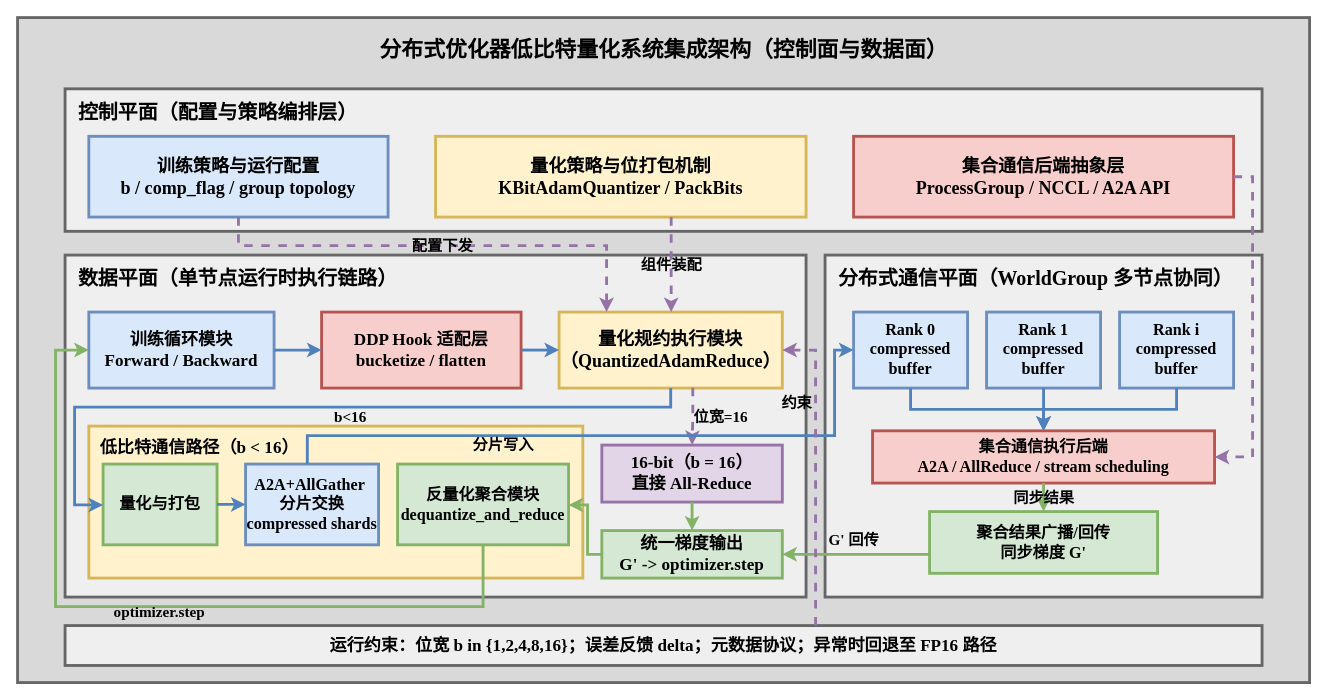
This is image/ch3-kbit-system-architecture.drawio from Aerithy/master-thesis, a draw.io file, before an edit. Source tidied: cells renumbered, new cells numbered last; positions are measured from the earlier drawing's top-left corner, leaving out a move shared by most shapes. Both pictures are drawn from the tidied source at 95%, with x=0, y=0 at pixel (17, 17).
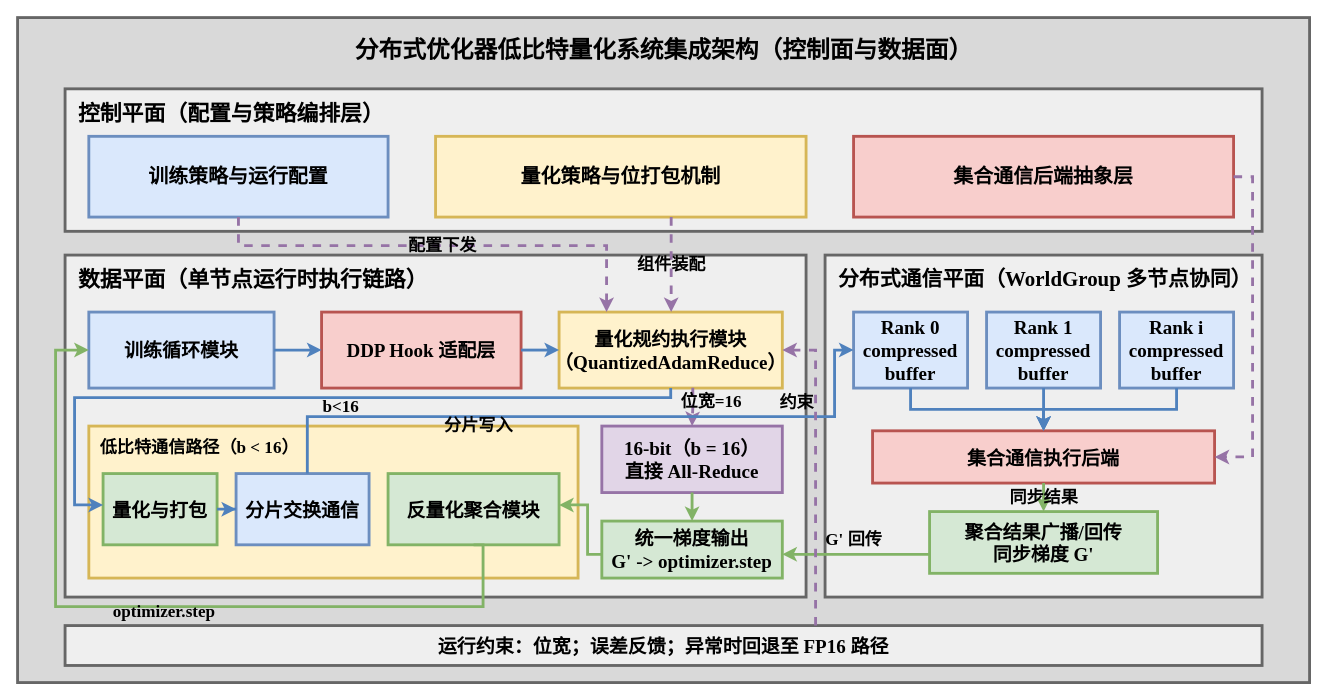
The same diagram, later.

Diff of the diagram source:
```diff
@@
-    <mxCell id="3" value="&lt;b&gt;分布式优化器低比特量化系统集成架构（控制面与数据面）&lt;/b&gt;" style="text;html=1;strokeColor=none;fillColor=none;align=center;verticalAlign=middle;fontSize=23;fontStyle=1;fontFamily=Times New Roman;" parent="1" vertex="1">
+    <mxCell id="3" value="&lt;b&gt;分布式优化器低比特量化系统集成架构（控制面与数据面）&lt;/b&gt;" style="text;html=1;strokeColor=none;fillColor=none;align=center;verticalAlign=middle;fontSize=25;fontStyle=1;fontFamily=Times New Roman;" parent="1" vertex="1">
       <mxGeometry x="70" y="14" width="1220" height="40" as="geometry" />
     </mxCell>
-    <mxCell id="4" value="&lt;b&gt;控制平面（配置与策略编排层）&lt;/b&gt;" style="rounded=0;whiteSpace=wrap;html=1;fillColor=#efefef;strokeColor=#666666;strokeWidth=3;fontFamily=Times New Roman;fontSize=21;fontStyle=1;align=left;verticalAlign=top;spacingTop=6;spacingLeft=12;" parent="1" vertex="1">
+    <mxCell id="4" value="&lt;b&gt;控制平面（配置与策略编排层）&lt;/b&gt;" style="rounded=0;whiteSpace=wrap;html=1;fillColor=#efefef;strokeColor=#666666;strokeWidth=3;fontFamily=Times New Roman;fontSize=23;fontStyle=1;align=left;verticalAlign=top;spacingTop=6;spacingLeft=12;" parent="1" vertex="1">
       <mxGeometry x="50" y="75" width="1260" height="150" as="geometry" />
     </mxCell>
-    <mxCell id="5" value="&lt;b&gt;训练策略与运行配置&lt;/b&gt;&lt;br&gt;b / comp_flag / group topology" style="rounded=0;whiteSpace=wrap;html=1;fillColor=#dae8fc;strokeColor=#6c8ebf;strokeWidth=3;fontFamily=Times New Roman;fontSize=19;fontStyle=1;align=center;" parent="1" vertex="1">
+    <mxCell id="5" value="&lt;b&gt;训练策略与运行配置&lt;/b&gt;" style="rounded=0;whiteSpace=wrap;html=1;fillColor=#dae8fc;strokeColor=#6c8ebf;strokeWidth=3;fontFamily=Times New Roman;fontSize=21;fontStyle=1;align=center;" parent="1" vertex="1">
       <mxGeometry x="75" y="125" width="315" height="85" as="geometry" />
     </mxCell>
-    <mxCell id="6" value="&lt;b&gt;量化策略与位打包机制&lt;/b&gt;&lt;br&gt;KBitAdamQuantizer / PackBits" style="rounded=0;whiteSpace=wrap;html=1;fillColor=#fff2cc;strokeColor=#d6b656;strokeWidth=3;fontFamily=Times New Roman;fontSize=19;fontStyle=1;align=center;" parent="1" vertex="1">
+    <mxCell id="6" value="&lt;b&gt;量化策略与位打包机制&lt;/b&gt;" style="rounded=0;whiteSpace=wrap;html=1;fillColor=#fff2cc;strokeColor=#d6b656;strokeWidth=3;fontFamily=Times New Roman;fontSize=21;fontStyle=1;align=center;" parent="1" vertex="1">
       <mxGeometry x="440" y="125" width="390" height="85" as="geometry" />
     </mxCell>
-    <mxCell id="7" value="&lt;b&gt;集合通信后端抽象层&lt;/b&gt;&lt;br/&gt;ProcessGroup / NCCL / A2A API" style="rounded=0;whiteSpace=wrap;html=1;fillColor=#f8cecc;strokeColor=#b85450;strokeWidth=3;fontFamily=Times New Roman;fontSize=19;fontStyle=1;align=center;" parent="1" vertex="1">
+    <mxCell id="7" value="&lt;b&gt;集合通信后端抽象层&lt;/b&gt;" style="rounded=0;whiteSpace=wrap;html=1;fillColor=#f8cecc;strokeColor=#b85450;strokeWidth=3;fontFamily=Times New Roman;fontSize=21;fontStyle=1;align=center;" parent="1" vertex="1">
       <mxGeometry x="880" y="125" width="400" height="85" as="geometry" />
     </mxCell>
-    <mxCell id="8" value="&lt;b&gt;数据平面（单节点运行时执行链路）&lt;/b&gt;" style="rounded=0;whiteSpace=wrap;html=1;fillColor=#efefef;strokeColor=#666666;strokeWidth=3;fontFamily=Times New Roman;fontSize=21;fontStyle=1;align=left;verticalAlign=top;spacingTop=6;spacingLeft=12;" parent="1" vertex="1">
+    <mxCell id="8" value="&lt;b&gt;数据平面（单节点运行时执行链路）&lt;/b&gt;" style="rounded=0;whiteSpace=wrap;html=1;fillColor=#efefef;strokeColor=#666666;strokeWidth=3;fontFamily=Times New Roman;fontSize=23;fontStyle=1;align=left;verticalAlign=top;spacingTop=6;spacingLeft=12;" parent="1" vertex="1">
       <mxGeometry x="50" y="250" width="780" height="360" as="geometry" />
     </mxCell>
-    <mxCell id="9" value="&lt;b&gt;训练循环模块&lt;/b&gt;&lt;br/&gt;Forward / Backward" style="rounded=0;whiteSpace=wrap;html=1;fillColor=#dae8fc;strokeColor=#6c8ebf;strokeWidth=3;fontFamily=Times New Roman;fontSize=18;fontStyle=1;align=center;" parent="1" vertex="1">
+    <mxCell id="9" value="&lt;b&gt;训练循环模块&lt;/b&gt;" style="rounded=0;whiteSpace=wrap;html=1;fillColor=#dae8fc;strokeColor=#6c8ebf;strokeWidth=3;fontFamily=Times New Roman;fontSize=20;fontStyle=1;align=center;" parent="1" vertex="1">
       <mxGeometry x="75" y="310" width="195" height="80" as="geometry" />
     </mxCell>
-    <mxCell id="10" value="&lt;b&gt;DDP Hook 适配层&lt;/b&gt;&lt;br/&gt;bucketize / flatten" style="rounded=0;whiteSpace=wrap;html=1;fillColor=#f8cecc;strokeColor=#b85450;strokeWidth=3;fontFamily=Times New Roman;fontSize=18;fontStyle=1;align=center;" parent="1" vertex="1">
+    <mxCell id="10" value="&lt;b&gt;DDP Hook 适配层&lt;/b&gt;" style="rounded=0;whiteSpace=wrap;html=1;fillColor=#f8cecc;strokeColor=#b85450;strokeWidth=3;fontFamily=Times New Roman;fontSize=20;fontStyle=1;align=center;" parent="1" vertex="1">
       <mxGeometry x="320" y="310" width="210" height="80" as="geometry" />
     </mxCell>
-    <mxCell id="11" value="&lt;b&gt;量化规约执行模块（QuantizedAdamReduce）&lt;/b&gt;" style="rounded=0;whiteSpace=wrap;html=1;fillColor=#fff2cc;strokeColor=#d6b656;strokeWidth=3;fontFamily=Times New Roman;fontSize=19;fontStyle=1;align=center;" parent="1" vertex="1">
+    <mxCell id="11" value="&lt;b&gt;量化规约执行模块（QuantizedAdamReduce）&lt;/b&gt;" style="rounded=0;whiteSpace=wrap;html=1;fillColor=#fff2cc;strokeColor=#d6b656;strokeWidth=3;fontFamily=Times New Roman;fontSize=20;fontStyle=1;align=center;" parent="1" vertex="1">
       <mxGeometry x="570" y="310" width="235" height="80" as="geometry" />
     </mxCell>
     <mxCell id="12" value="&lt;b&gt;低比特通信路径（b &lt; 16）&lt;/b&gt;" style="rounded=0;whiteSpace=wrap;html=1;fillColor=#fff2cc;strokeColor=#d6b656;strokeWidth=3;fontFamily=Times New Roman;fontSize=18;fontStyle=1;align=left;verticalAlign=top;spacingTop=6;spacingLeft=10;" parent="1" vertex="1">
-      <mxGeometry x="75" y="430" width="520" height="160" as="geometry" />
+      <mxGeometry x="75" y="430" width="515" height="160" as="geometry" />
     </mxCell>
-    <mxCell id="13" value="&lt;b&gt;量化与打包&lt;/b&gt;" style="rounded=0;whiteSpace=wrap;html=1;fillColor=#d5e8d4;strokeColor=#82b366;strokeWidth=3;fontFamily=Times New Roman;fontSize=17;fontStyle=1;align=center;" parent="1" vertex="1">
-      <mxGeometry x="90" y="470" width="120" height="85" as="geometry" />
+    <mxCell id="13" value="&lt;b&gt;量化与打包&lt;/b&gt;" style="rounded=0;whiteSpace=wrap;html=1;fillColor=#d5e8d4;strokeColor=#82b366;strokeWidth=3;fontFamily=Times New Roman;fontSize=20;fontStyle=1;align=center;" parent="1" vertex="1">
+      <mxGeometry x="90" y="480" width="120" height="75" as="geometry" />
     </mxCell>
-    <mxCell id="14" value="&lt;b&gt;A2A+AllGather&amp;nbsp;&lt;/b&gt;&lt;div&gt;&lt;b&gt;分片交换&lt;/b&gt;&lt;br&gt;compressed shards&lt;/div&gt;" style="rounded=0;whiteSpace=wrap;html=1;fillColor=#dae8fc;strokeColor=#6c8ebf;strokeWidth=3;fontFamily=Times New Roman;fontSize=17;fontStyle=1;align=center;" parent="1" vertex="1">
-      <mxGeometry x="240" y="470" width="140" height="85" as="geometry" />
+    <mxCell id="14" value="&lt;div&gt;&lt;b&gt;分片交换通信&lt;/b&gt;&lt;/div&gt;" style="rounded=0;whiteSpace=wrap;html=1;fillColor=#dae8fc;strokeColor=#6c8ebf;strokeWidth=3;fontFamily=Times New Roman;fontSize=20;fontStyle=1;align=center;" parent="1" vertex="1">
+      <mxGeometry x="230" y="480" width="140" height="75" as="geometry" />
     </mxCell>
-    <mxCell id="15" value="&lt;b&gt;反量化聚合模块&lt;/b&gt;&lt;br/&gt;dequantize_and_reduce" style="rounded=0;whiteSpace=wrap;html=1;fillColor=#d5e8d4;strokeColor=#82b366;strokeWidth=3;fontFamily=Times New Roman;fontSize=17;fontStyle=1;align=center;" parent="1" vertex="1">
-      <mxGeometry x="400" y="470" width="180" height="85" as="geometry" />
+    <mxCell id="15" value="&lt;b&gt;反量化聚合模块&lt;/b&gt;" style="rounded=0;whiteSpace=wrap;html=1;fillColor=#d5e8d4;strokeColor=#82b366;strokeWidth=3;fontFamily=Times New Roman;fontSize=20;fontStyle=1;align=center;" parent="1" vertex="1">
+      <mxGeometry x="390" y="480" width="180" height="75" as="geometry" />
     </mxCell>
-    <mxCell id="16" value="&lt;b&gt;16-bit（b = 16）&lt;/b&gt;&lt;br&gt;直接 All-Reduce" style="rounded=0;whiteSpace=wrap;html=1;fillColor=#e1d5e7;strokeColor=#9673a6;strokeWidth=3;fontFamily=Times New Roman;fontSize=18;fontStyle=1;align=center;" parent="1" vertex="1">
-      <mxGeometry x="615" y="450" width="190" height="60" as="geometry" />
+    <mxCell id="16" value="&lt;b&gt;16-bit（b = 16）&lt;/b&gt;&lt;br&gt;直接 All-Reduce" style="rounded=0;whiteSpace=wrap;html=1;fillColor=#e1d5e7;strokeColor=#9673a6;strokeWidth=3;fontFamily=Times New Roman;fontSize=20;fontStyle=1;align=center;" parent="1" vertex="1">
+      <mxGeometry x="615" y="430" width="190" height="70" as="geometry" />
     </mxCell>
-    <mxCell id="17" value="&lt;b&gt;统一梯度输出&lt;/b&gt;&lt;br/&gt;G' -&gt; optimizer.step" style="rounded=0;whiteSpace=wrap;html=1;fillColor=#d5e8d4;strokeColor=#82b366;strokeWidth=3;fontFamily=Times New Roman;fontSize=18;fontStyle=1;align=center;" parent="1" vertex="1">
-      <mxGeometry x="615" y="540" width="190" height="50" as="geometry" />
+    <mxCell id="17" value="&lt;b&gt;统一梯度输出&lt;/b&gt;&lt;br&gt;G' -&amp;gt; optimizer.step" style="rounded=0;whiteSpace=wrap;html=1;fillColor=#d5e8d4;strokeColor=#82b366;strokeWidth=3;fontFamily=Times New Roman;fontSize=20;fontStyle=1;align=center;" parent="1" vertex="1">
+      <mxGeometry x="615" y="530" width="190" height="60" as="geometry" />
     </mxCell>
-    <mxCell id="18" value="&lt;b&gt;分布式通信平面（WorldGroup 多节点协同）&lt;/b&gt;" style="rounded=0;whiteSpace=wrap;html=1;fillColor=#efefef;strokeColor=#666666;strokeWidth=3;fontFamily=Times New Roman;fontSize=21;fontStyle=1;align=left;verticalAlign=top;spacingTop=6;spacingLeft=12;" parent="1" vertex="1">
+    <mxCell id="18" value="&lt;b&gt;分布式通信平面（WorldGroup 多节点协同）&lt;/b&gt;" style="rounded=0;whiteSpace=wrap;html=1;fillColor=#efefef;strokeColor=#666666;strokeWidth=3;fontFamily=Times New Roman;fontSize=22;fontStyle=1;align=left;verticalAlign=top;spacingTop=6;spacingLeft=12;" parent="1" vertex="1">
       <mxGeometry x="850" y="250" width="460" height="360" as="geometry" />
     </mxCell>
-    <mxCell id="19" value="&lt;b&gt;Rank 0&lt;/b&gt;&lt;br/&gt;compressed buffer" style="rounded=0;whiteSpace=wrap;html=1;fillColor=#dae8fc;strokeColor=#6c8ebf;strokeWidth=3;fontFamily=Times New Roman;fontSize=17;fontStyle=1;align=center;" parent="1" vertex="1">
+    <mxCell id="19" value="&lt;b&gt;Rank 0&lt;/b&gt;&lt;br&gt;compressed buffer" style="rounded=0;whiteSpace=wrap;html=1;fillColor=#dae8fc;strokeColor=#6c8ebf;strokeWidth=3;fontFamily=Times New Roman;fontSize=20;fontStyle=1;align=center;" parent="1" vertex="1">
       <mxGeometry x="880" y="310" width="120" height="80" as="geometry" />
     </mxCell>
-    <mxCell id="20" value="&lt;b&gt;Rank 1&lt;/b&gt;&lt;br/&gt;compressed buffer" style="rounded=0;whiteSpace=wrap;html=1;fillColor=#dae8fc;strokeColor=#6c8ebf;strokeWidth=3;fontFamily=Times New Roman;fontSize=17;fontStyle=1;align=center;" parent="1" vertex="1">
+    <mxCell id="20" value="&lt;b&gt;Rank 1&lt;/b&gt;&lt;br&gt;compressed buffer" style="rounded=0;whiteSpace=wrap;html=1;fillColor=#dae8fc;strokeColor=#6c8ebf;strokeWidth=3;fontFamily=Times New Roman;fontSize=20;fontStyle=1;align=center;" parent="1" vertex="1">
       <mxGeometry x="1020" y="310" width="120" height="80" as="geometry" />
     </mxCell>
-    <mxCell id="21" value="&lt;b&gt;Rank i&lt;/b&gt;&lt;br/&gt;compressed buffer" style="rounded=0;whiteSpace=wrap;html=1;fillColor=#dae8fc;strokeColor=#6c8ebf;strokeWidth=3;fontFamily=Times New Roman;fontSize=17;fontStyle=1;align=center;" parent="1" vertex="1">
+    <mxCell id="21" value="&lt;b&gt;Rank i&lt;/b&gt;&lt;br&gt;compressed buffer" style="rounded=0;whiteSpace=wrap;html=1;fillColor=#dae8fc;strokeColor=#6c8ebf;strokeWidth=3;fontFamily=Times New Roman;fontSize=20;fontStyle=1;align=center;" parent="1" vertex="1">
       <mxGeometry x="1160" y="310" width="120" height="80" as="geometry" />
     </mxCell>
-    <mxCell id="22" value="&lt;b&gt;集合通信执行后端&lt;/b&gt;&lt;br/&gt;A2A / AllReduce / stream scheduling" style="rounded=0;whiteSpace=wrap;html=1;fillColor=#f8cecc;strokeColor=#b85450;strokeWidth=3;fontFamily=Times New Roman;fontSize=17;fontStyle=1;align=center;" parent="1" vertex="1">
+    <mxCell id="22" value="&lt;b&gt;集合通信执行后端&lt;/b&gt;" style="rounded=0;whiteSpace=wrap;html=1;fillColor=#f8cecc;strokeColor=#b85450;strokeWidth=3;fontFamily=Times New Roman;fontSize=20;fontStyle=1;align=center;" parent="1" vertex="1">
       <mxGeometry x="900" y="435" width="360" height="55" as="geometry" />
     </mxCell>
-    <mxCell id="23" value="&lt;b&gt;聚合结果广播/回传&lt;/b&gt;&lt;br/&gt;同步梯度 G'" style="rounded=0;whiteSpace=wrap;html=1;fillColor=#d5e8d4;strokeColor=#82b366;strokeWidth=3;fontFamily=Times New Roman;fontSize=17;fontStyle=1;align=center;" parent="1" vertex="1">
+    <mxCell id="23" value="&lt;b&gt;聚合结果广播/回传&lt;/b&gt;&lt;br&gt;同步梯度 G'" style="rounded=0;whiteSpace=wrap;html=1;fillColor=#d5e8d4;strokeColor=#82b366;strokeWidth=3;fontFamily=Times New Roman;fontSize=20;fontStyle=1;align=center;" parent="1" vertex="1">
       <mxGeometry x="960" y="520" width="240" height="65" as="geometry" />
     </mxCell>
-    <mxCell id="24" value="&lt;b&gt;运行约束：位宽 b in {1,2,4,8,16}；误差反馈 delta；元数据协议；异常时回退至 FP16 路径&lt;/b&gt;" style="rounded=0;whiteSpace=wrap;html=1;fillColor=#efefef;strokeColor=#666666;strokeWidth=3;fontFamily=Times New Roman;fontSize=18;fontStyle=1;align=center;" parent="1" vertex="1">
+    <mxCell id="24" value="&lt;b&gt;运行约束：位宽；误差反馈；异常时回退至 FP16 路径&lt;/b&gt;" style="rounded=0;whiteSpace=wrap;html=1;fillColor=#efefef;strokeColor=#666666;strokeWidth=3;fontFamily=Times New Roman;fontSize=20;fontStyle=1;align=center;" parent="1" vertex="1">
       <mxGeometry x="50" y="640" width="1260" height="42" as="geometry" />
     </mxCell>
-    <mxCell id="25" value="&lt;span&gt;配置下发&lt;/span&gt;" style="edgeStyle=orthogonalEdgeStyle;rounded=0;jettySize=auto;html=1;strokeColor=#9673a6;strokeWidth=3;dashed=1;endArrow=classic;fontFamily=Times New Roman;fontSize=16;fontStyle=1;labelBackgroundColor=none;" parent="1" edge="1" source="5" target="11">
+    <mxCell id="25" value="&lt;span&gt;配置下发&lt;/span&gt;" style="edgeStyle=orthogonalEdgeStyle;rounded=0;jettySize=auto;html=1;strokeColor=#9673a6;strokeWidth=3;dashed=1;endArrow=classic;fontFamily=Times New Roman;fontSize=18;fontStyle=1;labelBackgroundColor=none;" parent="1" edge="1" source="5" target="11">
       <mxGeometry relative="1" as="geometry">
         <Array as="points">
           <mxPoint x="233" y="240" />
           <mxPoint x="620" y="240" />
         </Array>
       </mxGeometry>
     </mxCell>
-    <mxCell id="26" value="组件装配" style="edgeStyle=orthogonalEdgeStyle;rounded=0;jettySize=auto;html=1;strokeColor=#9673a6;strokeWidth=3;dashed=1;endArrow=classic;fontFamily=Times New Roman;fontSize=16;fontStyle=1;labelBackgroundColor=none;" parent="1" edge="1" source="6" target="11">
+    <mxCell id="26" value="组件装配" style="edgeStyle=orthogonalEdgeStyle;rounded=0;jettySize=auto;html=1;strokeColor=#9673a6;strokeWidth=3;dashed=1;endArrow=classic;fontFamily=Times New Roman;fontSize=18;fontStyle=1;labelBackgroundColor=none;" parent="1" edge="1" source="6" target="11">
       <mxGeometry relative="1" as="geometry">
         <Array as="points">
           <mxPoint x="688" y="240" />
           <mxPoint x="688" y="240" />
         </Array>
       </mxGeometry>
     </mxCell>
@@
-    <mxCell id="30" value="b&amp;lt;16" style="edgeStyle=orthogonalEdgeStyle;rounded=0;jettySize=auto;html=1;strokeColor=#4f81bd;strokeWidth=3;endArrow=classic;fontFamily=Times New Roman;fontSize=16;fontStyle=1;labelBackgroundColor=none;" parent="1" edge="1" source="11" target="13">
+    <mxCell id="30" value="b&amp;lt;16" style="edgeStyle=orthogonalEdgeStyle;rounded=0;jettySize=auto;html=1;strokeColor=#4f81bd;strokeWidth=3;endArrow=classic;fontFamily=Times New Roman;fontSize=18;fontStyle=1;labelBackgroundColor=none;" parent="1" edge="1" source="11" target="13">
       <mxGeometry x="-0.08" y="10" relative="1" as="geometry">
         <Array as="points">
-          <mxPoint x="688" y="410" />
-          <mxPoint x="60" y="410" />
+          <mxPoint x="687" y="400" />
+          <mxPoint x="60" y="400" />
           <mxPoint x="60" y="513" />
         </Array>
         <mxPoint x="1" as="offset" />
       </mxGeometry>
     </mxCell>
@@
-    <mxCell id="33" value="位宽=16" style="edgeStyle=orthogonalEdgeStyle;rounded=0;jettySize=auto;html=1;strokeColor=#9673a6;strokeWidth=3;dashed=1;endArrow=classic;fontFamily=Times New Roman;fontSize=16;fontStyle=1;labelBackgroundColor=none;exitX=0.599;exitY=0.995;exitDx=0;exitDy=0;exitPerimeter=0;" parent="1" edge="1" source="11" target="16">
-      <mxGeometry x="-0.01" y="-29" relative="1" as="geometry">
-        <mxPoint x="29" y="29" as="offset" />
-      </mxGeometry>
+    <mxCell id="33" value="位宽=16" style="edgeStyle=orthogonalEdgeStyle;rounded=0;jettySize=auto;html=1;strokeColor=#9673a6;strokeWidth=3;dashed=1;endArrow=classic;fontFamily=Times New Roman;fontSize=18;fontStyle=1;labelBackgroundColor=none;exitX=0.599;exitY=0.995;exitDx=0;exitDy=0;exitPerimeter=0;" parent="1" edge="1" source="11" target="16">
+      <mxGeometry x="-0.33" y="19" relative="1" as="geometry" />
     </mxCell>
@@
-    <mxCell id="35" value="分片写入" style="edgeStyle=orthogonalEdgeStyle;rounded=0;jettySize=auto;html=1;strokeColor=#4f81bd;strokeWidth=3;endArrow=classic;fontFamily=Times New Roman;fontSize=16;fontStyle=1;labelBackgroundColor=none;" parent="1" edge="1" source="14" target="19">
+    <mxCell id="35" value="分片写入" style="edgeStyle=orthogonalEdgeStyle;rounded=0;jettySize=auto;html=1;strokeColor=#4f81bd;strokeWidth=3;endArrow=classic;fontFamily=Times New Roman;fontSize=18;fontStyle=1;labelBackgroundColor=none;" parent="1" edge="1" source="14" target="19">
       <mxGeometry x="-0.32" y="-10" relative="1" as="geometry">
         <Array as="points">
-          <mxPoint x="305" y="440" />
-          <mxPoint x="860" y="440" />
+          <mxPoint x="305" y="420" />
+          <mxPoint x="860" y="420" />
           <mxPoint x="860" y="350" />
         </Array>
       </mxGeometry>
     </mxCell>
@@
-    <mxCell id="39" value="同步结果" style="edgeStyle=orthogonalEdgeStyle;rounded=0;jettySize=auto;html=1;strokeColor=#82b366;strokeWidth=3;endArrow=classic;fontFamily=Times New Roman;fontSize=16;fontStyle=1;labelBackgroundColor=none;" parent="1" edge="1" source="22" target="23">
+    <mxCell id="39" value="同步结果" style="edgeStyle=orthogonalEdgeStyle;rounded=0;jettySize=auto;html=1;strokeColor=#82b366;strokeWidth=3;endArrow=classic;fontFamily=Times New Roman;fontSize=18;fontStyle=1;labelBackgroundColor=none;" parent="1" edge="1" source="22" target="23">
       <mxGeometry relative="1" as="geometry" />
     </mxCell>
-    <mxCell id="40" value="G' 回传" style="edgeStyle=orthogonalEdgeStyle;rounded=0;jettySize=auto;html=1;strokeColor=#82b366;strokeWidth=3;endArrow=classic;fontFamily=Times New Roman;fontSize=16;fontStyle=1;labelBackgroundColor=none;" parent="1" edge="1" source="23" target="17">
+    <mxCell id="40" value="G' 回传" style="edgeStyle=orthogonalEdgeStyle;rounded=0;jettySize=auto;html=1;strokeColor=#82b366;strokeWidth=3;endArrow=classic;fontFamily=Times New Roman;fontSize=18;fontStyle=1;labelBackgroundColor=none;" parent="1" edge="1" source="23" target="17">
       <mxGeometry x="0.03" y="-15" relative="1" as="geometry">
         <Array as="points">
           <mxPoint x="930" y="565" />
           <mxPoint x="930" y="565" />
         </Array>
       </mxGeometry>
     </mxCell>
-    <mxCell id="41" value="optimizer.step" style="edgeStyle=orthogonalEdgeStyle;rounded=0;jettySize=auto;html=1;strokeColor=#82b366;strokeWidth=3;endArrow=classic;fontFamily=Times New Roman;fontSize=16;fontStyle=1;labelBackgroundColor=none;exitX=0.5;exitY=1;exitDx=0;exitDy=0;" parent="1" edge="1" source="15" target="9">
+    <mxCell id="41" value="optimizer.step" style="edgeStyle=orthogonalEdgeStyle;rounded=0;jettySize=auto;html=1;strokeColor=#82b366;strokeWidth=3;endArrow=classic;fontFamily=Times New Roman;fontSize=18;fontStyle=1;labelBackgroundColor=none;exitX=0.5;exitY=1;exitDx=0;exitDy=0;" parent="1" edge="1" source="15" target="9">
       <mxGeometry x="-0.01" y="5" relative="1" as="geometry">
         <Array as="points">
           <mxPoint x="490" y="620" />
           <mxPoint x="40" y="620" />
           <mxPoint x="40" y="350" />
         </Array>
       </mxGeometry>
     </mxCell>
-    <mxCell id="42" value="约束" style="edgeStyle=orthogonalEdgeStyle;rounded=0;jettySize=auto;html=1;strokeColor=#9673a6;strokeWidth=3;dashed=1;endArrow=classic;fontFamily=Times New Roman;fontSize=16;fontStyle=1;labelBackgroundColor=none;" parent="1" edge="1" source="24" target="11">
+    <mxCell id="42" value="约束" style="edgeStyle=orthogonalEdgeStyle;rounded=0;jettySize=auto;html=1;strokeColor=#9673a6;strokeWidth=3;dashed=1;endArrow=classic;fontFamily=Times New Roman;fontSize=18;fontStyle=1;labelBackgroundColor=none;" parent="1" edge="1" source="24" target="11">
       <mxGeometry x="0.44" y="20" relative="1" as="geometry">
         <Array as="points">
           <mxPoint x="840" y="350" />
         </Array>
       </mxGeometry>
     </mxCell>
```
